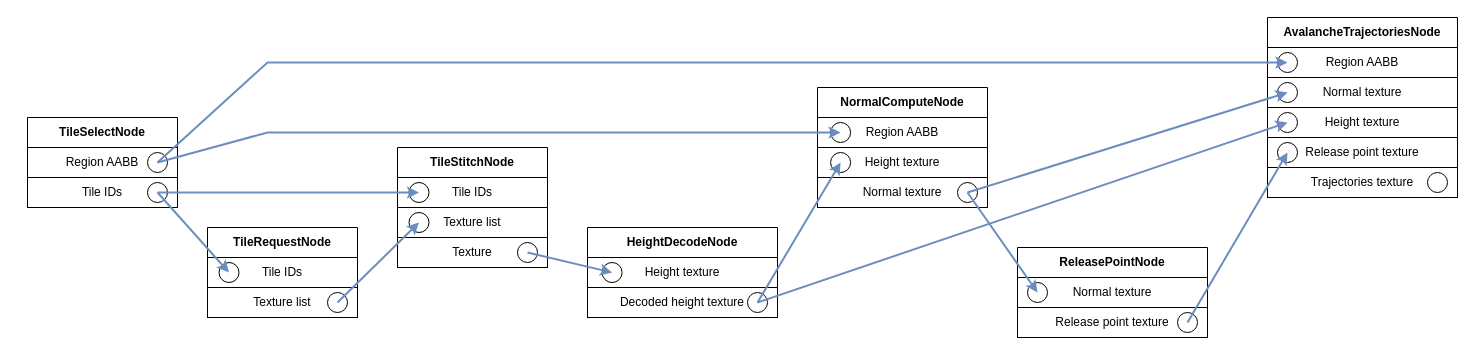
Earlier version of the draw.io diagram docs/images/node-graph.drawio (weBIGeo/webigeo). Source tidied: cells renumbered, new cells numbered last; positions are measured from the earlier drawing's top-left corner, leaving out a move shared by most shapes. Both pictures are drawn from the tidied source at 100%, with x=0, y=0 at pixel (27, 17).
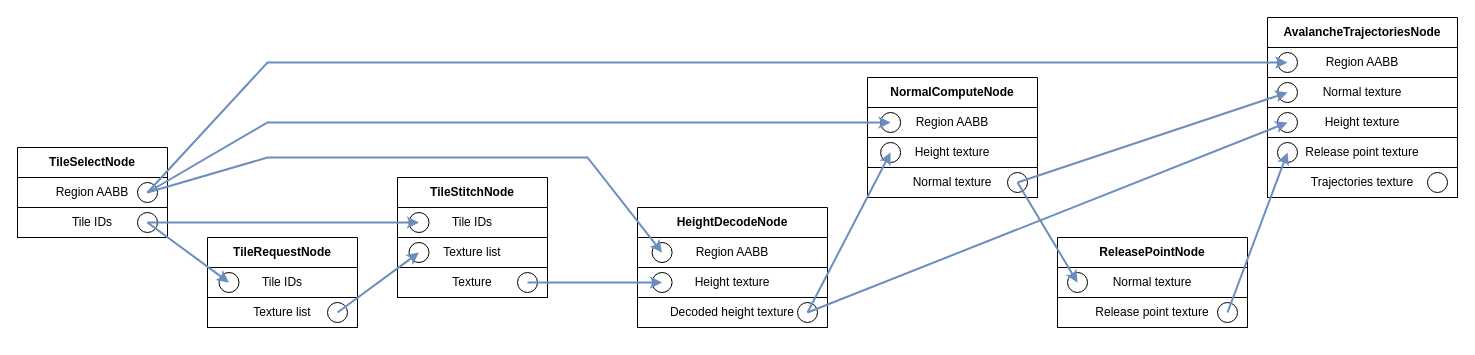
Above is the later version.

Commit message (it also covers changes not shown here):
doc: update node graph, use lower res jpg for screenshots

The change refers to these unchanged cells:
```xml
<mxCell id="5" style="ellipse;whiteSpace=wrap;html=1;points=[[0.5,0.5,0,0,0]];" parent="3" vertex="1">
  <mxGeometry x="120" y="5" width="20" height="20" as="geometry" />
</mxCell>
<mxCell id="44" style="ellipse;whiteSpace=wrap;html=1;points=[[0.5,0.5,0,0,0]];" parent="42" vertex="1">
  <mxGeometry x="13.1" y="5" width="20" height="20" as="geometry" />
</mxCell>
```

Diff of the diagram source:
```diff
@@
     <mxCell id="2" value="&lt;b&gt;TileSelectNode&lt;/b&gt;" style="swimlane;fontStyle=0;horizontal=1;startSize=30;whiteSpace=wrap;html=1;" parent="1" vertex="1">
-      <mxGeometry y="100" width="150" height="90" as="geometry" />
+      <mxGeometry x="-10" y="130" width="150" height="90" as="geometry" />
     </mxCell>
@@
     <mxCell id="9" value="&lt;b&gt;TileRequestNode&lt;/b&gt;" style="swimlane;fontStyle=0;horizontal=1;startSize=30;whiteSpace=wrap;html=1;" parent="1" vertex="1">
-      <mxGeometry x="180" y="210" width="150" height="90" as="geometry" />
+      <mxGeometry x="180" y="220" width="150" height="90" as="geometry" />
     </mxCell>
@@
     <mxCell id="18" value="&lt;b&gt;TileStitchNode&lt;/b&gt;" style="swimlane;fontStyle=0;horizontal=1;startSize=30;whiteSpace=wrap;html=1;" parent="1" vertex="1">
-      <mxGeometry x="370" y="130" width="150" height="120" as="geometry" />
+      <mxGeometry x="370" y="160" width="150" height="120" as="geometry" />
     </mxCell>
@@
     <mxCell id="32" value="&lt;b&gt;HeightDecodeNode&lt;/b&gt;" style="swimlane;fontStyle=0;horizontal=1;startSize=30;whiteSpace=wrap;html=1;" parent="1" vertex="1">
-      <mxGeometry x="560" y="210" width="190" height="90" as="geometry" />
+      <mxGeometry x="610" y="190" width="190" height="120" as="geometry" />
     </mxCell>
+    <mxCell id="86" style="group;" parent="32" vertex="1">
+      <mxGeometry y="30" width="190" height="30" as="geometry" />
+    </mxCell>
+    <mxCell id="87" style="group;" parent="86" vertex="1">
+      <mxGeometry width="190" height="30" as="geometry" />
+    </mxCell>
+    <mxCell id="88" value="Region AABB" style="rounded=0;whiteSpace=wrap;html=1;" parent="87" vertex="1">
+      <mxGeometry width="190" height="30" as="geometry" />
+    </mxCell>
+    <mxCell id="89" style="ellipse;whiteSpace=wrap;html=1;points=[[0.5,0.5,0,0,0]];" parent="87" vertex="1">
+      <mxGeometry x="14.6" y="5" width="20" height="20" as="geometry" />
+    </mxCell>
     <mxCell id="33" style="group;" parent="32" vertex="1">
-      <mxGeometry y="30" width="190" height="30" as="geometry" />
+      <mxGeometry y="60" width="190" height="30" as="geometry" />
     </mxCell>
@@
     <mxCell id="37" style="group;" parent="32" vertex="1">
-      <mxGeometry y="60" width="190" height="30" as="geometry" />
+      <mxGeometry y="90" width="190" height="30" as="geometry" />
     </mxCell>
@@
     <mxCell id="41" value="&lt;b&gt;NormalComputeNode&lt;/b&gt;" style="swimlane;fontStyle=0;horizontal=1;startSize=30;whiteSpace=wrap;html=1;" parent="1" vertex="1">
-      <mxGeometry x="790" y="70" width="170" height="120" as="geometry" />
+      <mxGeometry x="840" y="60" width="170" height="120" as="geometry" />
     </mxCell>
@@
     <mxCell id="53" style="rounded=0;jettySize=auto;html=1;exitX=0.5;exitY=0.5;exitDx=0;exitDy=0;exitPerimeter=0;entryX=0.5;entryY=0.5;entryDx=0;entryDy=0;entryPerimeter=0;strokeWidth=2;fillColor=#dae8fc;strokeColor=#6c8ebf;jumpStyle=arc;" parent="1" edge="1" source="5" target="44">
       <mxGeometry relative="1" as="geometry">
         <Array as="points">
-          <mxPoint x="240" y="115" />
+          <mxPoint x="240" y="105" />
         </Array>
       </mxGeometry>
     </mxCell>
     <mxCell id="54" value="&lt;b&gt;ReleasePointNode&lt;/b&gt;" style="swimlane;fontStyle=0;horizontal=1;startSize=30;whiteSpace=wrap;html=1;" parent="1" vertex="1">
-      <mxGeometry x="990" y="230" width="190" height="90" as="geometry" />
+      <mxGeometry x="1030" y="220" width="190" height="90" as="geometry" />
     </mxCell>
@@
+    <mxCell id="90" style="rounded=0;jettySize=auto;html=1;exitX=0.5;exitY=0.5;exitDx=0;exitDy=0;exitPerimeter=0;fillColor=#dae8fc;strokeColor=#6c8ebf;strokeWidth=2;entryX=0.5;entryY=0.5;entryDx=0;entryDy=0;entryPerimeter=0;" parent="1" edge="1" source="5" target="89">
+      <mxGeometry relative="1" as="geometry">
+        <Array as="points">
+          <mxPoint x="240" y="140" />
+          <mxPoint x="560" y="140" />
+        </Array>
+      </mxGeometry>
+    </mxCell>
```
